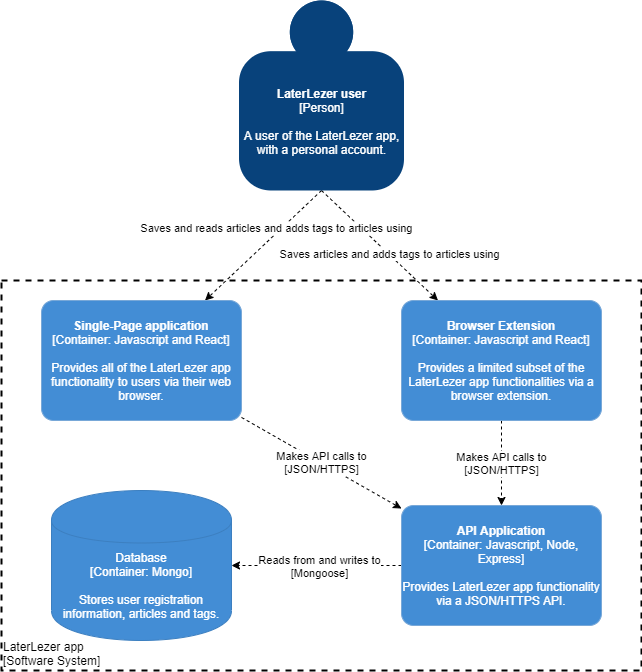
This is documents/c4model-container-diagram (1).png from Patrickroelofs/HANICA-DWA-Laterlezer, a draw.io export, as it was before one commit. Source tidied: cells renumbered, new cells last; positions are measured from the earlier drawing's top-left corner, leaving out a move shared by most shapes.
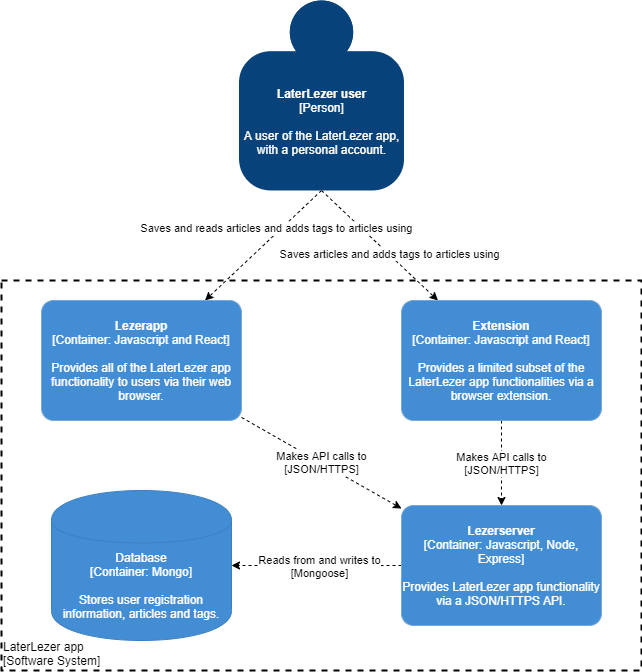
The same file after the commit.

Change to the diagram source:
```diff
@@ -29,7 +29,7 @@
     <mxCell id="8" value="&lt;span style=&quot;color: rgb(0 , 0 , 0) ; font-family: &amp;#34;helvetica&amp;#34; ; font-size: 11px ; font-style: normal ; font-weight: 400 ; letter-spacing: normal ; text-align: center ; text-indent: 0px ; text-transform: none ; word-spacing: 0px ; background-color: rgb(255 , 255 , 255) ; display: inline ; float: none&quot;&gt;Makes API calls to&lt;/span&gt;&lt;br style=&quot;color: rgb(0 , 0 , 0) ; font-family: &amp;#34;helvetica&amp;#34; ; font-size: 11px ; font-style: normal ; font-weight: 400 ; letter-spacing: normal ; text-align: center ; text-indent: 0px ; text-transform: none ; word-spacing: 0px&quot;&gt;&lt;span style=&quot;color: rgb(0 , 0 , 0) ; font-family: &amp;#34;helvetica&amp;#34; ; font-size: 11px ; font-style: normal ; font-weight: 400 ; letter-spacing: normal ; text-align: center ; text-indent: 0px ; text-transform: none ; word-spacing: 0px ; background-color: rgb(255 , 255 , 255) ; display: inline ; float: none&quot;&gt;[JSON/HTTPS]&lt;/span&gt;" style="edgeStyle=none;rounded=0;jettySize=auto;html=1;strokeColor=#000000;dashed=1;" parent="1" edge="1" source="9" target="14">
       <mxGeometry relative="1" as="geometry" />
     </mxCell>
-    <object id="9" label="&lt;b&gt;%c4Name%&lt;/b&gt;&lt;div&gt;[%c4Type%: %c4Technology%]&lt;/div&gt;&lt;br&gt;&lt;div&gt;%c4Description%&lt;/div&gt;" c4Description="Provides all of the LaterLezer app functionality to users via their web browser." c4Name="Single-Page application" c4Technology="Javascript and React" c4Type="Container" placeholders="1">
+    <object id="9" label="&lt;b&gt;%c4Name%&lt;/b&gt;&lt;div&gt;[%c4Type%: %c4Technology%]&lt;/div&gt;&lt;br&gt;&lt;div&gt;%c4Description%&lt;/div&gt;" c4Description="Provides all of the LaterLezer app functionality to users via their web browser." c4Name="Lezerapp" c4Technology="Javascript and React" c4Type="Container" placeholders="1">
       <mxCell style="rounded=1;whiteSpace=wrap;html=1;labelBackgroundColor=none;fontColor=#ffffff;align=center;arcSize=10;strokeColor=#78A8D8;metaData={&quot;c4Type&quot;:{&quot;editable&quot;:false}};points=[[0.25,0,0],[0.5,0,0],[0.75,0,0],[1,0.25,0],[1,0.5,0],[1,0.75,0],[0.75,1,0],[0.5,1,0],[0.25,1,0],[0,0.75,0],[0,0.5,0],[0,0.25,0]];fillColor=#438DD5;" parent="1" vertex="1">
         <mxGeometry x="40" y="300" width="200" height="120" as="geometry" />
       </mxCell>
@@ -37,7 +37,7 @@
     <mxCell id="10" value="Makes API calls to&lt;br&gt;[JSON/HTTPS]" style="edgeStyle=none;rounded=0;jettySize=auto;html=1;strokeColor=#000000;dashed=1;" parent="1" edge="1" source="11" target="14">
       <mxGeometry relative="1" as="geometry" />
     </mxCell>
-    <object id="11" label="&lt;b&gt;%c4Name%&lt;/b&gt;&lt;div&gt;[%c4Type%: %c4Technology%]&lt;/div&gt;&lt;br&gt;&lt;div&gt;%c4Description%&lt;/div&gt;" c4Description="Provides a limited subset of the LaterLezer app functionalities via a browser extension." c4Name="Browser Extension" c4Technology="Javascript and React" c4Type="Container" placeholders="1">
+    <object id="11" label="&lt;b&gt;%c4Name%&lt;/b&gt;&lt;div&gt;[%c4Type%: %c4Technology%]&lt;/div&gt;&lt;br&gt;&lt;div&gt;%c4Description%&lt;/div&gt;" c4Description="Provides a limited subset of the LaterLezer app functionalities via a browser extension." c4Name="Extension" c4Technology="Javascript and React" c4Type="Container" placeholders="1">
       <mxCell style="rounded=1;whiteSpace=wrap;html=1;labelBackgroundColor=none;fontColor=#ffffff;align=center;arcSize=10;strokeColor=#78A8D8;metaData={&quot;c4Type&quot;:{&quot;editable&quot;:false}};points=[[0.25,0,0],[0.5,0,0],[0.75,0,0],[1,0.25,0],[1,0.5,0],[1,0.75,0],[0.75,1,0],[0.5,1,0],[0.25,1,0],[0,0.75,0],[0,0.5,0],[0,0.25,0]];fillColor=#438DD5;" parent="1" vertex="1">
         <mxGeometry x="400" y="300" width="200" height="120" as="geometry" />
       </mxCell>
@@ -50,7 +50,7 @@
         <mxPoint x="-19" y="3" as="offset" />
       </mxGeometry>
     </mxCell>
-    <object id="14" label="&lt;b&gt;%c4Name%&lt;/b&gt;&lt;div&gt;[%c4Type%: %c4Technology%]&lt;/div&gt;&lt;br&gt;&lt;div&gt;%c4Description%&lt;/div&gt;" c4Description="Provides LaterLezer app functionality via a JSON/HTTPS API." c4Name="API Application" c4Technology="Javascript, Node, Express" c4Type="Container" placeholders="1">
+    <object id="14" label="&lt;b&gt;%c4Name%&lt;/b&gt;&lt;div&gt;[%c4Type%: %c4Technology%]&lt;/div&gt;&lt;br&gt;&lt;div&gt;%c4Description%&lt;/div&gt;" c4Description="Provides LaterLezer app functionality via a JSON/HTTPS API." c4Name="Lezerserver" c4Technology="Javascript, Node, Express" c4Type="Container" placeholders="1">
       <mxCell style="rounded=1;whiteSpace=wrap;html=1;labelBackgroundColor=none;fontColor=#ffffff;align=center;arcSize=10;strokeColor=#78A8D8;metaData={&quot;c4Type&quot;:{&quot;editable&quot;:false}};points=[[0.25,0,0],[0.5,0,0],[0.75,0,0],[1,0.25,0],[1,0.5,0],[1,0.75,0],[0.75,1,0],[0.5,1,0],[0.25,1,0],[0,0.75,0],[0,0.5,0],[0,0.25,0]];fillColor=#438DD5;" parent="1" vertex="1">
         <mxGeometry x="400" y="505" width="200" height="120" as="geometry" />
       </mxCell>
```
